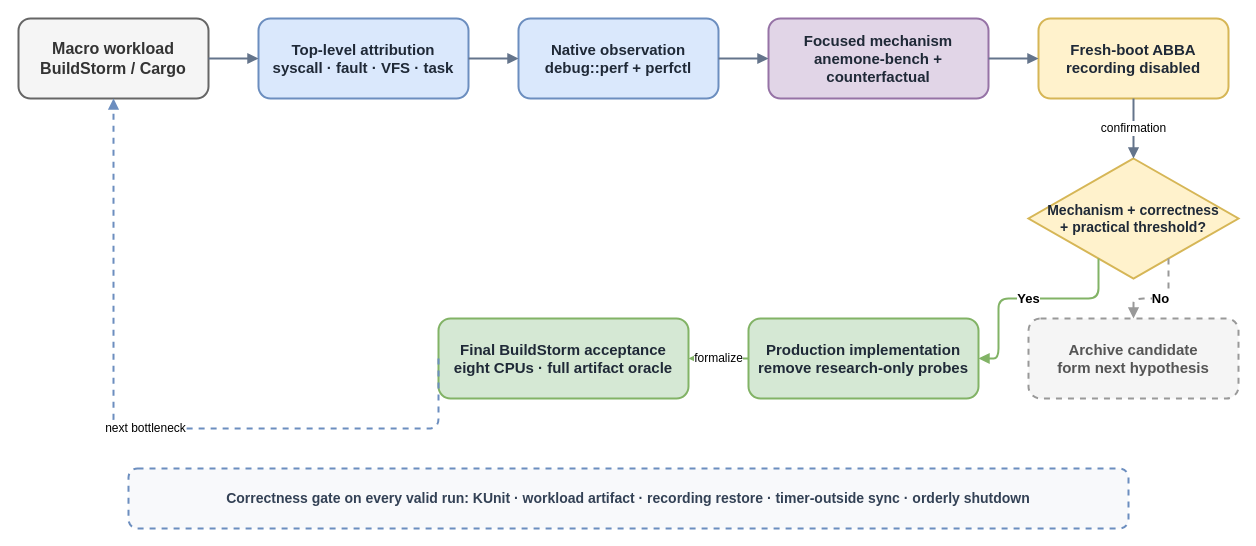
Above: report/buildstorm/assets/diagrams/performance-workflow.drawio in anemone-os/anemone (draw.io), before the change. Source tidied: cells renumbered, new cells numbered last; positions are measured from the earlier drawing's top-left corner, leaving out a move shared by most shapes. Both pictures are drawn from the tidied source at 100%, with x=0, y=0 at pixel (18, 18).
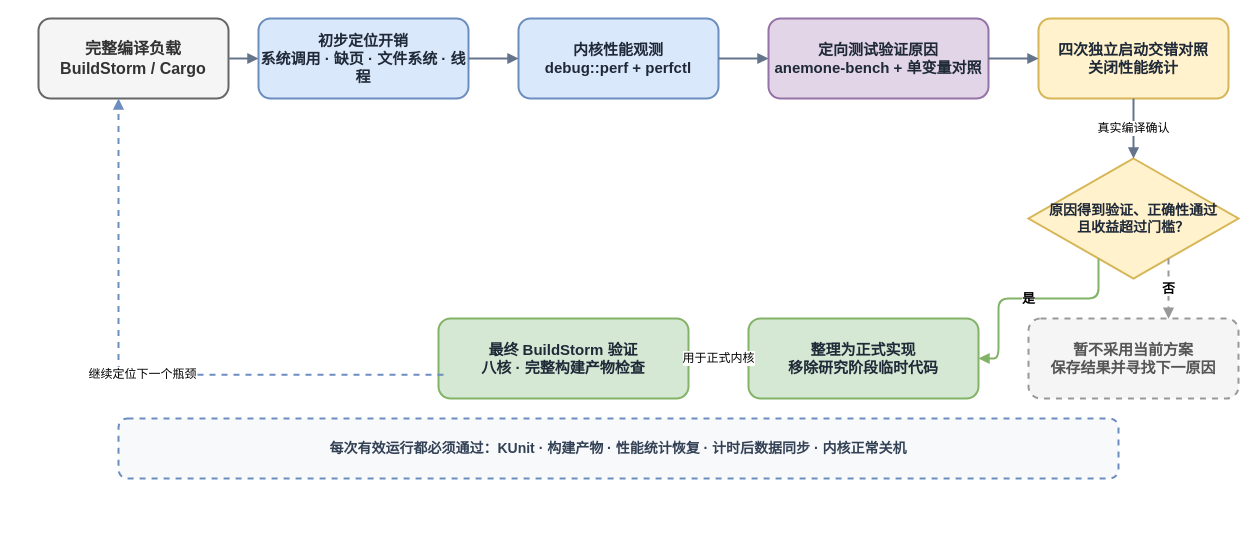
Above is the later version.

The edit, as a diff of the source:
```diff
@@
-    <mxCell id="2" value="Macro workload&#10;BuildStorm / Cargo" style="rounded=1;whiteSpace=wrap;html=1;fillColor=#f5f5f5;strokeColor=#666666;fontColor=#333333;fontSize=16;fontStyle=1;strokeWidth=2;" parent="1" vertex="1">
-      <mxGeometry width="190" height="80" as="geometry" />
+    <mxCell id="2" value="完整编译负载&#10;BuildStorm / Cargo" style="rounded=1;whiteSpace=wrap;html=1;fillColor=#f5f5f5;strokeColor=#666666;fontColor=#333333;fontSize=16;fontStyle=1;strokeWidth=2;" parent="1" vertex="1">
+      <mxGeometry x="20" width="190" height="80" as="geometry" />
     </mxCell>
-    <mxCell id="3" value="Top-level attribution&#10;syscall · fault · VFS · task" style="rounded=1;whiteSpace=wrap;html=1;fillColor=#dae8fc;strokeColor=#6c8ebf;fontColor=#1f2937;fontSize=15;fontStyle=1;strokeWidth=2;" parent="1" vertex="1">
+    <mxCell id="3" value="初步定位开销&#10;系统调用 · 缺页 · 文件系统 · 线程" style="rounded=1;whiteSpace=wrap;html=1;fillColor=#dae8fc;strokeColor=#6c8ebf;fontColor=#1f2937;fontSize=15;fontStyle=1;strokeWidth=2;" parent="1" vertex="1">
       <mxGeometry x="240" width="210" height="80" as="geometry" />
     </mxCell>
-    <mxCell id="4" value="Native observation&#10;debug::perf + perfctl" style="rounded=1;whiteSpace=wrap;html=1;fillColor=#dae8fc;strokeColor=#6c8ebf;fontColor=#1f2937;fontSize=15;fontStyle=1;strokeWidth=2;" parent="1" vertex="1">
+    <mxCell id="4" value="内核性能观测&#10;debug::perf + perfctl" style="rounded=1;whiteSpace=wrap;html=1;fillColor=#dae8fc;strokeColor=#6c8ebf;fontColor=#1f2937;fontSize=15;fontStyle=1;strokeWidth=2;" parent="1" vertex="1">
       <mxGeometry x="500" width="200" height="80" as="geometry" />
     </mxCell>
-    <mxCell id="5" value="Focused mechanism&#10;anemone-bench + counterfactual" style="rounded=1;whiteSpace=wrap;html=1;fillColor=#e1d5e7;strokeColor=#9673a6;fontColor=#1f2937;fontSize=15;fontStyle=1;strokeWidth=2;" parent="1" vertex="1">
+    <mxCell id="5" value="定向测试验证原因&#10;anemone-bench + 单变量对照" style="rounded=1;whiteSpace=wrap;html=1;fillColor=#e1d5e7;strokeColor=#9673a6;fontColor=#1f2937;fontSize=15;fontStyle=1;strokeWidth=2;" parent="1" vertex="1">
       <mxGeometry x="750" width="220" height="80" as="geometry" />
     </mxCell>
-    <mxCell id="6" value="Fresh-boot ABBA&#10;recording disabled" style="rounded=1;whiteSpace=wrap;html=1;fillColor=#fff2cc;strokeColor=#d6b656;fontColor=#1f2937;fontSize=15;fontStyle=1;strokeWidth=2;" parent="1" vertex="1">
+    <mxCell id="6" value="四次独立启动交错对照&#10;关闭性能统计" style="rounded=1;whiteSpace=wrap;html=1;fillColor=#fff2cc;strokeColor=#d6b656;fontColor=#1f2937;fontSize=15;fontStyle=1;strokeWidth=2;" parent="1" vertex="1">
       <mxGeometry x="1020" width="190" height="80" as="geometry" />
     </mxCell>
-    <mxCell id="7" value="Mechanism + correctness&#10;+ practical threshold?" style="rhombus;whiteSpace=wrap;html=1;fillColor=#fff2cc;strokeColor=#d6b656;fontColor=#1f2937;fontSize=14;fontStyle=1;strokeWidth=2;" parent="1" vertex="1">
+    <mxCell id="7" value="原因得到验证、正确性通过&#10;且收益超过门槛？" style="rhombus;whiteSpace=wrap;html=1;fillColor=#fff2cc;strokeColor=#d6b656;fontColor=#1f2937;fontSize=14;fontStyle=1;strokeWidth=2;" parent="1" vertex="1">
       <mxGeometry x="1010" y="140" width="210" height="120" as="geometry" />
     </mxCell>
-    <mxCell id="8" value="Production implementation&#10;remove research-only probes" style="rounded=1;whiteSpace=wrap;html=1;fillColor=#d5e8d4;strokeColor=#82b366;fontColor=#1f2937;fontSize=15;fontStyle=1;strokeWidth=2;" parent="1" vertex="1">
+    <mxCell id="8" value="整理为正式实现&#10;移除研究阶段临时代码" style="rounded=1;whiteSpace=wrap;html=1;fillColor=#d5e8d4;strokeColor=#82b366;fontColor=#1f2937;fontSize=15;fontStyle=1;strokeWidth=2;" parent="1" vertex="1">
       <mxGeometry x="730" y="300" width="230" height="80" as="geometry" />
     </mxCell>
-    <mxCell id="9" value="Final BuildStorm acceptance&#10;eight CPUs · full artifact oracle" style="rounded=1;whiteSpace=wrap;html=1;fillColor=#d5e8d4;strokeColor=#82b366;fontColor=#1f2937;fontSize=15;fontStyle=1;strokeWidth=2;" parent="1" vertex="1">
+    <mxCell id="9" value="最终 BuildStorm 验证&#10;八核 · 完整构建产物检查" style="rounded=1;whiteSpace=wrap;html=1;fillColor=#d5e8d4;strokeColor=#82b366;fontColor=#1f2937;fontSize=15;fontStyle=1;strokeWidth=2;" parent="1" vertex="1">
       <mxGeometry x="420" y="300" width="250" height="80" as="geometry" />
     </mxCell>
-    <mxCell id="10" value="Archive candidate&#10;form next hypothesis" style="rounded=1;whiteSpace=wrap;html=1;fillColor=#f5f5f5;strokeColor=#999999;fontColor=#555555;fontSize=15;fontStyle=1;strokeWidth=2;dashed=1;" parent="1" vertex="1">
+    <mxCell id="10" value="暂不采用当前方案&#10;保存结果并寻找下一原因" style="rounded=1;whiteSpace=wrap;html=1;fillColor=#f5f5f5;strokeColor=#999999;fontColor=#555555;fontSize=15;fontStyle=1;strokeWidth=2;dashed=1;" parent="1" vertex="1">
       <mxGeometry x="1010" y="300" width="210" height="80" as="geometry" />
     </mxCell>
-    <mxCell id="11" value="Correctness gate on every valid run: KUnit · workload artifact · recording restore · timer-outside sync · orderly shutdown" style="rounded=1;whiteSpace=wrap;html=1;fillColor=#f8f9fb;strokeColor=#6c8ebf;fontColor=#334155;fontSize=14;fontStyle=1;strokeWidth=2;dashed=1;" parent="1" vertex="1">
-      <mxGeometry x="110" y="450" width="1000" height="60" as="geometry" />
+    <mxCell id="11" value="每次有效运行都必须通过：KUnit · 构建产物 · 性能统计恢复 · 计时后数据同步 · 内核正常关机" style="rounded=1;whiteSpace=wrap;html=1;fillColor=#f8f9fb;strokeColor=#6c8ebf;fontColor=#334155;fontSize=14;fontStyle=1;strokeWidth=2;dashed=1;" parent="1" vertex="1">
+      <mxGeometry x="100" y="400" width="1000" height="60" as="geometry" />
     </mxCell>
@@
-    <mxCell id="16" value="confirmation" style="edgeStyle=orthogonalEdgeStyle;rounded=1;jettySize=auto;html=1;strokeColor=#64748b;strokeWidth=2;endArrow=block;endFill=1;exitX=0.5;exitY=1;entryX=0.5;entryY=0;labelBackgroundColor=#ffffff;fontSize=12;" parent="1" edge="1" source="6" target="7">
+    <mxCell id="16" value="真实编译确认" style="edgeStyle=orthogonalEdgeStyle;rounded=1;jettySize=auto;html=1;strokeColor=#64748b;strokeWidth=2;endArrow=block;endFill=1;exitX=0.5;exitY=1;entryX=0.5;entryY=0;labelBackgroundColor=#ffffff;fontSize=12;" parent="1" edge="1" source="6" target="7">
       <mxGeometry relative="1" as="geometry" />
     </mxCell>
-    <mxCell id="17" value="Yes" style="edgeStyle=orthogonalEdgeStyle;rounded=1;jettySize=auto;html=1;strokeColor=#82b366;strokeWidth=2;endArrow=block;endFill=1;exitX=0.25;exitY=1;entryX=1;entryY=0.5;labelBackgroundColor=#ffffff;fontSize=13;fontStyle=1;" parent="1" edge="1" source="7" target="8">
+    <mxCell id="17" value="是" style="edgeStyle=orthogonalEdgeStyle;rounded=1;jettySize=auto;html=1;strokeColor=#82b366;strokeWidth=2;endArrow=block;endFill=1;exitX=0.25;exitY=1;entryX=1;entryY=0.5;labelBackgroundColor=#ffffff;fontSize=13;fontStyle=1;" parent="1" edge="1" source="7" target="8">
       <mxGeometry relative="1" as="geometry">
         <Array as="points">
           <mxPoint x="980" y="280" />
           <mxPoint x="980" y="340" />
         </Array>
       </mxGeometry>
     </mxCell>
-    <mxCell id="18" value="No" style="edgeStyle=orthogonalEdgeStyle;rounded=1;jettySize=auto;html=1;strokeColor=#999999;strokeWidth=2;endArrow=block;endFill=1;dashed=1;exitX=0.75;exitY=1;entryX=0.5;entryY=0;labelBackgroundColor=#ffffff;fontSize=13;fontStyle=1;" parent="1" edge="1" source="7" target="10">
+    <mxCell id="18" value="否" style="edgeStyle=orthogonalEdgeStyle;rounded=1;jettySize=auto;html=1;strokeColor=#999999;strokeWidth=2;endArrow=block;endFill=1;dashed=1;exitX=0.75;exitY=1;entryX=0.667;entryY=0.003;labelBackgroundColor=#ffffff;fontSize=13;fontStyle=1;entryDx=0;entryDy=0;entryPerimeter=0;" parent="1" edge="1" source="7" target="10">
       <mxGeometry relative="1" as="geometry" />
     </mxCell>
-    <mxCell id="19" value="formalize" style="edgeStyle=orthogonalEdgeStyle;rounded=1;jettySize=auto;html=1;strokeColor=#82b366;strokeWidth=2;endArrow=block;endFill=1;exitX=0;exitY=0.5;entryX=1;entryY=0.5;labelBackgroundColor=#ffffff;fontSize=12;" parent="1" edge="1" source="8" target="9">
+    <mxCell id="19" value="用于正式内核" style="edgeStyle=orthogonalEdgeStyle;rounded=1;jettySize=auto;html=1;strokeColor=#82b366;strokeWidth=2;endArrow=block;endFill=1;exitX=0;exitY=0.5;entryX=1;entryY=0.5;labelBackgroundColor=#ffffff;fontSize=12;" parent="1" edge="1" source="8" target="9">
       <mxGeometry relative="1" as="geometry" />
     </mxCell>
-    <mxCell id="20" value="next bottleneck" style="edgeStyle=orthogonalEdgeStyle;rounded=1;jettySize=auto;html=1;strokeColor=#6c8ebf;strokeWidth=2;endArrow=block;endFill=1;dashed=1;exitX=0;exitY=0.5;entryX=0.5;entryY=1;labelBackgroundColor=#ffffff;fontSize=12;" parent="1" edge="1" source="9" target="2">
+    <mxCell id="20" value="继续定位下一个瓶颈" style="edgeStyle=orthogonalEdgeStyle;rounded=1;orthogonalLoop=1;jettySize=auto;html=1;strokeColor=#6c8ebf;strokeWidth=2;endArrow=block;endFill=1;dashed=1;exitX=0;exitY=0.5;labelBackgroundColor=#ffffff;fontSize=12;exitDx=0;exitDy=0;" parent="1" edge="1">
       <mxGeometry relative="1" as="geometry">
+        <mxPoint x="425" y="356.3" as="sourcePoint" />
+        <mxPoint x="100" y="80" as="targetPoint" />
         <Array as="points">
-          <mxPoint x="340" y="410" />
-          <mxPoint x="60" y="410" />
+          <mxPoint x="100" y="356.3" />
         </Array>
       </mxGeometry>
     </mxCell>
```
